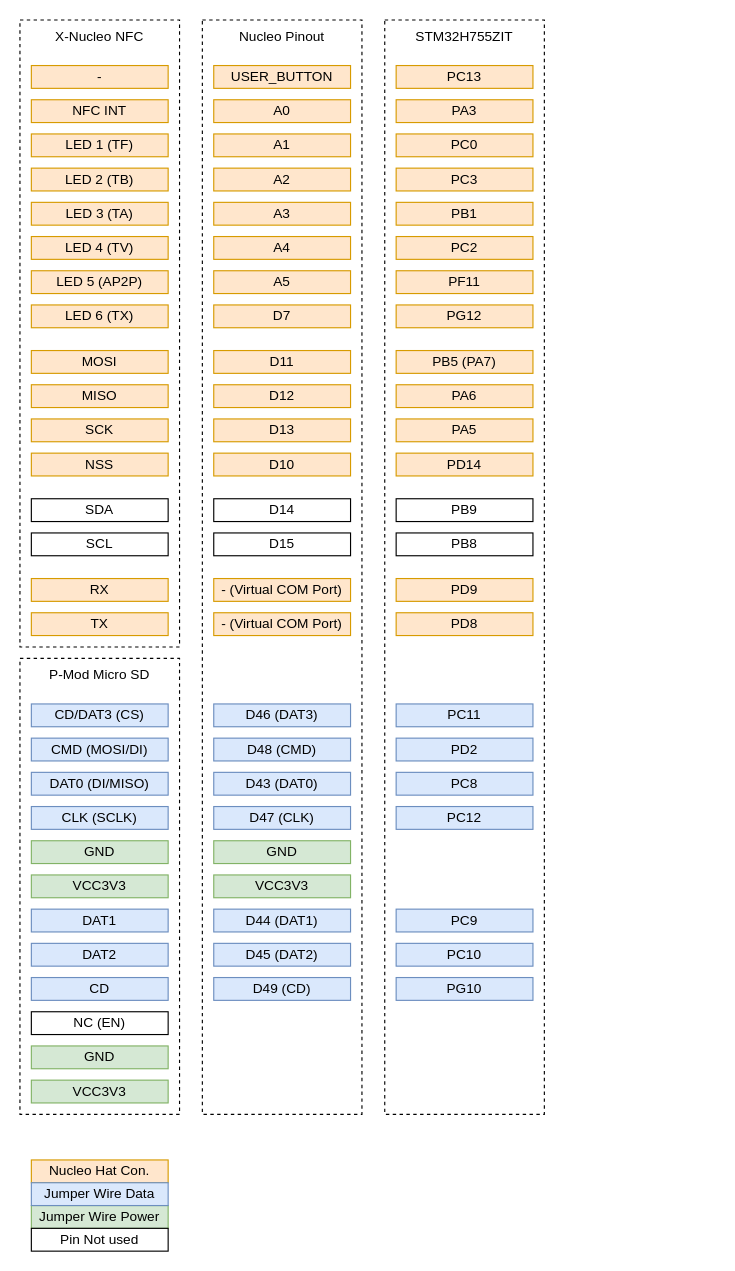
Above: Documentation/Pinout Demos/pinout.drawio in KROIA/Voicemail-Box (draw.io), before the change. Source tidied: cells renumbered, new cells numbered last; positions are measured from the earlier drawing's top-left corner, leaving out a move shared by most shapes. Both pictures are drawn from the tidied source at 114%, with x=0, y=0 at pixel (19, 19).
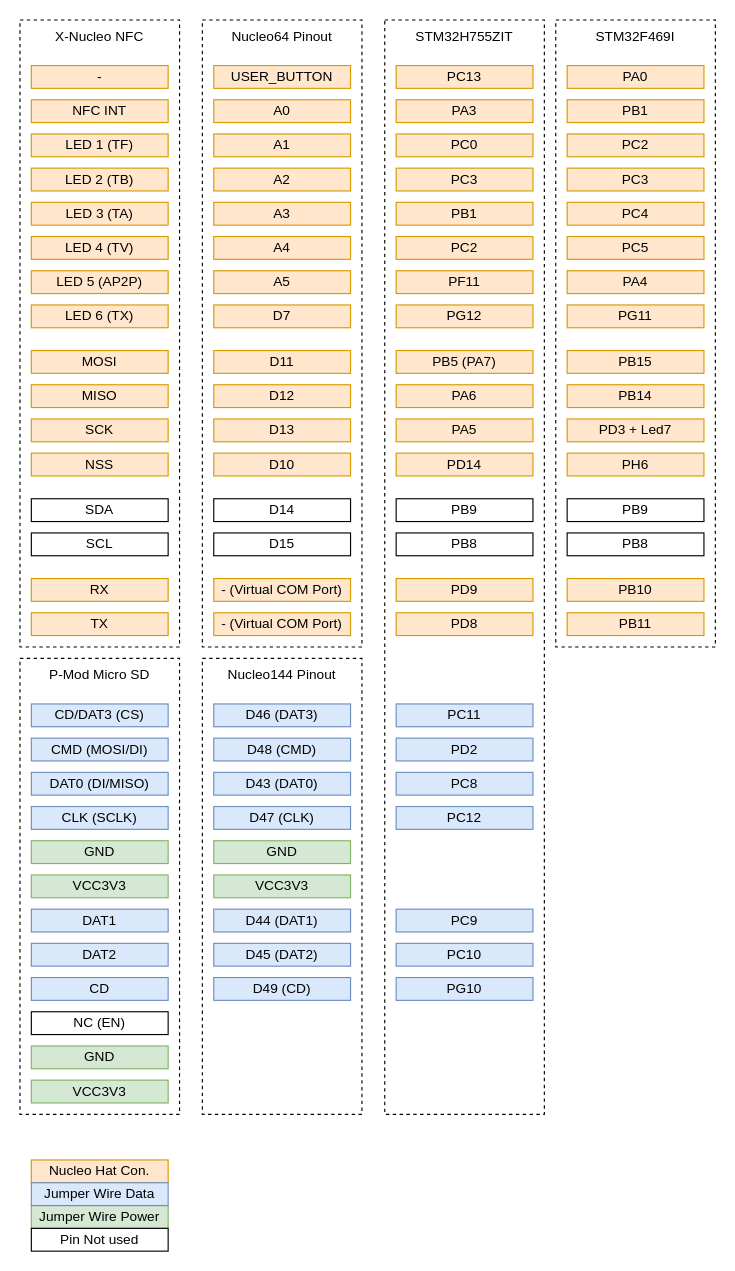
The same diagram, later.

Change to the diagram source:
```diff
@@
     <mxCell id="3" style="rounded=0;whiteSpace=wrap;html=1;fillColor=none;dashed=1;" parent="1" vertex="1">
-      <mxGeometry x="160" width="140" height="960" as="geometry" />
+      <mxGeometry x="160" width="140" height="550" as="geometry" />
     </mxCell>
@@
-    <mxCell id="54" value="Nucleo Pinout" style="text;html=1;align=center;verticalAlign=middle;whiteSpace=wrap;rounded=0;" parent="1" vertex="1">
+    <mxCell id="54" value="Nucleo64 Pinout" style="text;html=1;align=center;verticalAlign=middle;whiteSpace=wrap;rounded=0;" parent="1" vertex="1">
       <mxGeometry x="180" width="100" height="30" as="geometry" />
     </mxCell>
@@
+    <mxCell id="90" style="rounded=0;whiteSpace=wrap;html=1;fillColor=none;dashed=1;" parent="1" vertex="1">
+      <mxGeometry x="470" width="140" height="550" as="geometry" />
+    </mxCell>
+    <mxCell id="91" value="STM32F469I" style="text;html=1;align=center;verticalAlign=middle;whiteSpace=wrap;rounded=0;" parent="1" vertex="1">
+      <mxGeometry x="480" width="120" height="30" as="geometry" />
+    </mxCell>
+    <mxCell id="92" value="PB1" style="rounded=0;whiteSpace=wrap;html=1;fillColor=#ffe6cc;strokeColor=#d79b00;" parent="1" vertex="1">
+      <mxGeometry x="480" y="70" width="120" height="20" as="geometry" />
+    </mxCell>
+    <mxCell id="93" value="PC2" style="rounded=0;whiteSpace=wrap;html=1;fillColor=#ffe6cc;strokeColor=#d79b00;" parent="1" vertex="1">
+      <mxGeometry x="480" y="100" width="120" height="20" as="geometry" />
+    </mxCell>
+    <mxCell id="94" value="PC3" style="rounded=0;whiteSpace=wrap;html=1;fillColor=#ffe6cc;strokeColor=#d79b00;" parent="1" vertex="1">
+      <mxGeometry x="480" y="130" width="120" height="20" as="geometry" />
+    </mxCell>
+    <mxCell id="95" value="PC4" style="rounded=0;whiteSpace=wrap;html=1;fillColor=#ffe6cc;strokeColor=#d79b00;" parent="1" vertex="1">
+      <mxGeometry x="480" y="160" width="120" height="20" as="geometry" />
+    </mxCell>
+    <mxCell id="96" value="PC5" style="rounded=0;whiteSpace=wrap;html=1;fillColor=#ffe6cc;strokeColor=#d79b00;" parent="1" vertex="1">
+      <mxGeometry x="480" y="190" width="120" height="20" as="geometry" />
+    </mxCell>
+    <mxCell id="97" value="PA4" style="rounded=0;whiteSpace=wrap;html=1;fillColor=#ffe6cc;strokeColor=#d79b00;" parent="1" vertex="1">
+      <mxGeometry x="480" y="220" width="120" height="20" as="geometry" />
+    </mxCell>
+    <mxCell id="98" value="PG11" style="rounded=0;whiteSpace=wrap;html=1;fillColor=#ffe6cc;strokeColor=#d79b00;" parent="1" vertex="1">
+      <mxGeometry x="480" y="250" width="120" height="20" as="geometry" />
+    </mxCell>
+    <mxCell id="99" value="PB15" style="rounded=0;whiteSpace=wrap;html=1;fillColor=#ffe6cc;strokeColor=#d79b00;" parent="1" vertex="1">
+      <mxGeometry x="480" y="290" width="120" height="20" as="geometry" />
+    </mxCell>
+    <mxCell id="100" value="PB14" style="rounded=0;whiteSpace=wrap;html=1;fillColor=#ffe6cc;strokeColor=#d79b00;" parent="1" vertex="1">
+      <mxGeometry x="480" y="320" width="120" height="20" as="geometry" />
+    </mxCell>
+    <mxCell id="101" value="PD3 + Led7" style="rounded=0;whiteSpace=wrap;html=1;fillColor=#ffe6cc;strokeColor=#d79b00;" parent="1" vertex="1">
+      <mxGeometry x="480" y="350" width="120" height="20" as="geometry" />
+    </mxCell>
+    <mxCell id="102" value="PH6" style="rounded=0;whiteSpace=wrap;html=1;fillColor=#ffe6cc;strokeColor=#d79b00;" parent="1" vertex="1">
+      <mxGeometry x="480" y="380" width="120" height="20" as="geometry" />
+    </mxCell>
+    <mxCell id="103" value="PB9" style="rounded=0;whiteSpace=wrap;html=1;" parent="1" vertex="1">
+      <mxGeometry x="480" y="420" width="120" height="20" as="geometry" />
+    </mxCell>
+    <mxCell id="104" value="PB8" style="rounded=0;whiteSpace=wrap;html=1;" parent="1" vertex="1">
+      <mxGeometry x="480" y="450" width="120" height="20" as="geometry" />
+    </mxCell>
+    <mxCell id="105" value="PB10" style="rounded=0;whiteSpace=wrap;html=1;fillColor=#ffe6cc;strokeColor=#d79b00;" parent="1" vertex="1">
+      <mxGeometry x="480" y="490" width="120" height="20" as="geometry" />
+    </mxCell>
+    <mxCell id="106" value="PB11" style="rounded=0;whiteSpace=wrap;html=1;fillColor=#ffe6cc;strokeColor=#d79b00;" parent="1" vertex="1">
+      <mxGeometry x="480" y="520" width="120" height="20" as="geometry" />
+    </mxCell>
+    <mxCell id="107" value="Nucleo144 Pinout" style="text;html=1;align=center;verticalAlign=middle;whiteSpace=wrap;rounded=0;" parent="1" vertex="1">
+      <mxGeometry x="180" y="560" width="100" height="30" as="geometry" />
+    </mxCell>
+    <mxCell id="108" style="rounded=0;whiteSpace=wrap;html=1;fillColor=none;dashed=1;" parent="1" vertex="1">
+      <mxGeometry x="160" y="560" width="140" height="400" as="geometry" />
+    </mxCell>
+    <mxCell id="109" value="PA0" style="rounded=0;whiteSpace=wrap;html=1;fillColor=#ffe6cc;strokeColor=#d79b00;" parent="1" vertex="1">
+      <mxGeometry x="480" y="40" width="120" height="20" as="geometry" />
+    </mxCell>
```
